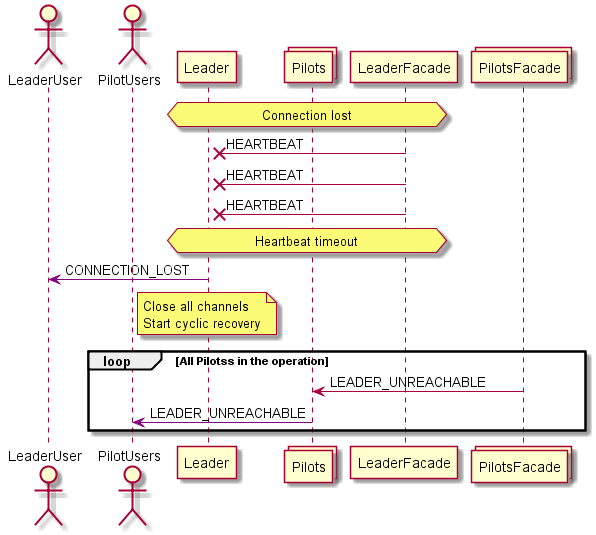
The PlantUML diagram doc/flows/14_leader_unreachable.png in nawbar23/fleetmgr, before a commit. Its diagram source:
```plantuml
@startuml

actor LeaderUser
actor PilotUsers
participant Leader
collections Pilots
participant LeaderFacade
collections PilotsFacade

hnote over Leader, LeaderFacade: Connection lost

LeaderFacade ->x Leader: HEARTBEAT
LeaderFacade ->x Leader: HEARTBEAT
LeaderFacade ->x Leader: HEARTBEAT

hnote over Leader, LeaderFacade: Heartbeat timeout

Leader -[#purple]> LeaderUser: CONNECTION_LOST

note over Leader: Close all channels\nStart cyclic recovery



loop All Pilotss in the operation


PilotsFacade -> Pilots: LEADER_UNREACHABLE

Pilots -[#purple]> PilotUsers: LEADER_UNREACHABLE

end

@enduml
```
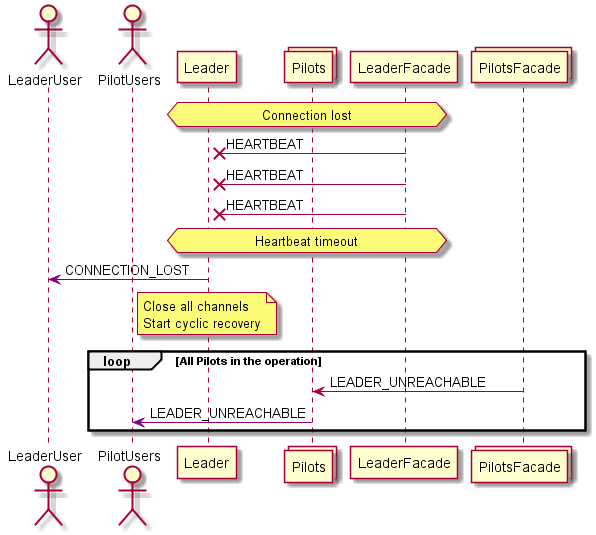
Later version of the same file.

Diff of the diagram source:
```diff
@@ -21,7 +21,7 @@
 
 
 
-loop All Pilotss in the operation
+loop All Pilots in the operation
 
 
 PilotsFacade -> Pilots: LEADER_UNREACHABLE
```
